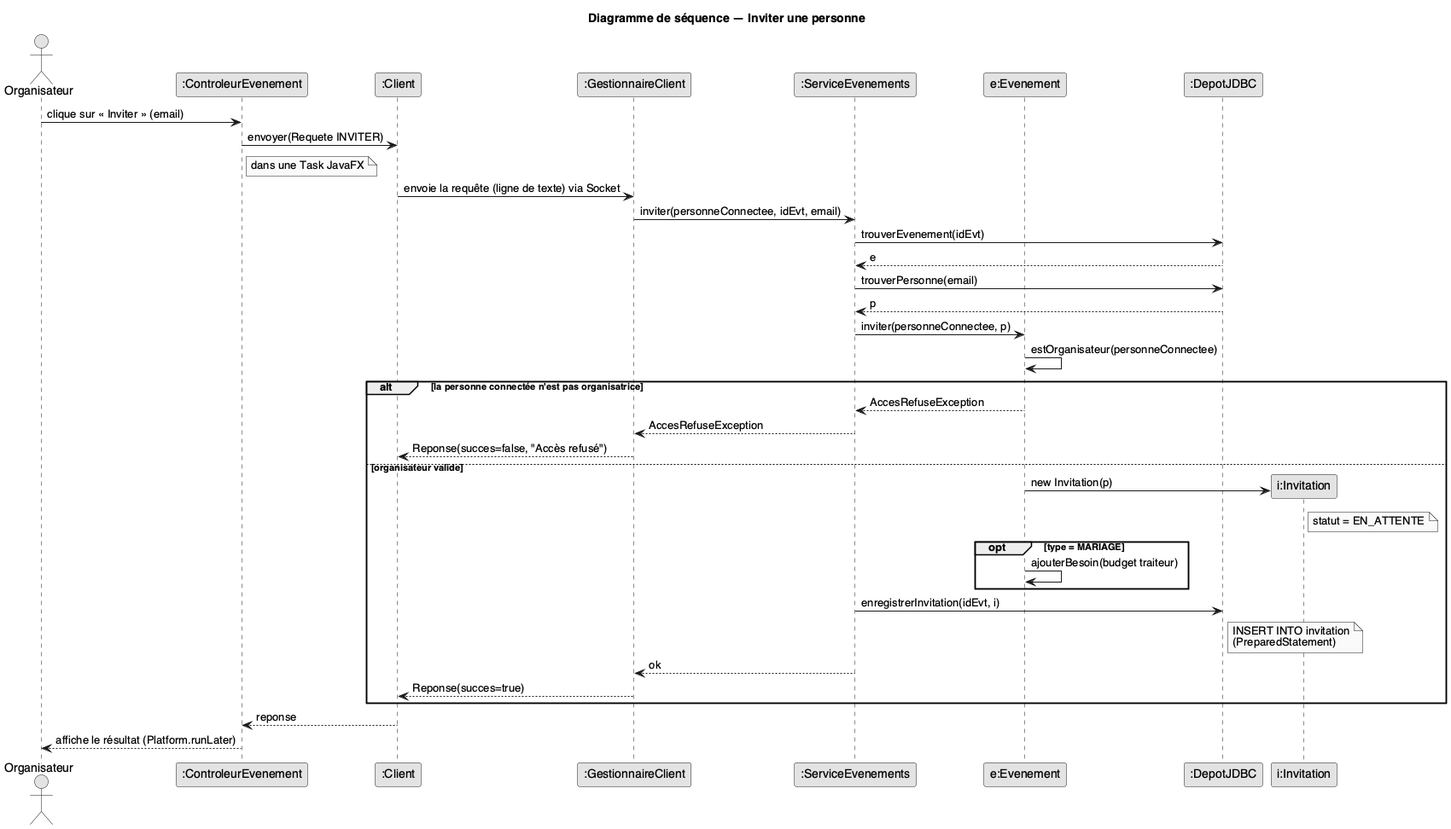
Tactiis239/gestion-event keeps this PlantUML diagram as doc/uml/sequence-invitation.png. Above is the earlier version.
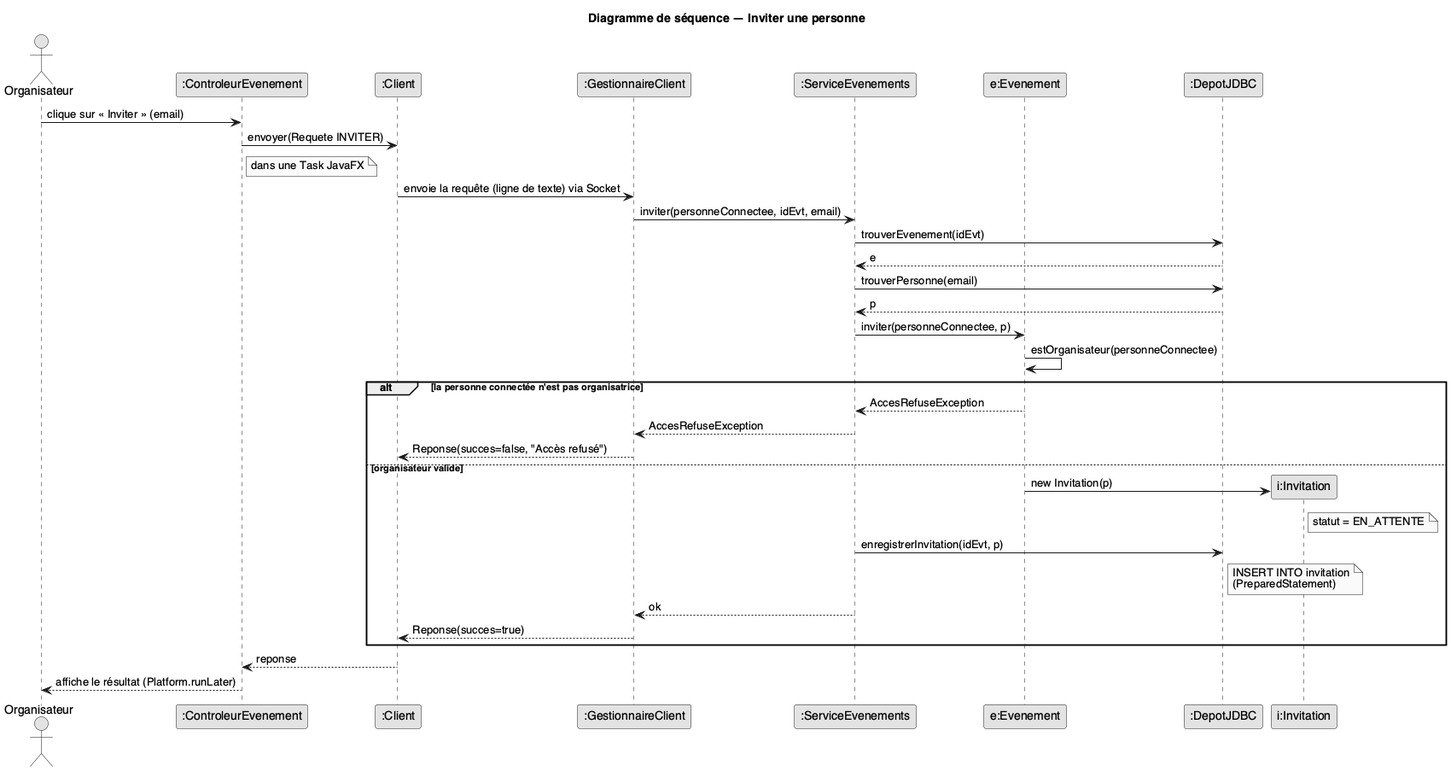
After the commit.

What changed in the source:
```diff
@@ -32,10 +32,7 @@
   create participant "i:Invitation" as I
   E -> I : new Invitation(p)
   note right of I : statut = EN_ATTENTE
-  opt type = MARIAGE
-    E -> E : ajouterBesoin(budget traiteur)
-  end
-  S -> D : enregistrerInvitation(idEvt, i)
+  S -> D : enregistrerInvitation(idEvt, p)
   note right of D : INSERT INTO invitation\n(PreparedStatement)
   S --> GC : ok
   GC --> C : Reponse(succes=true)
```
